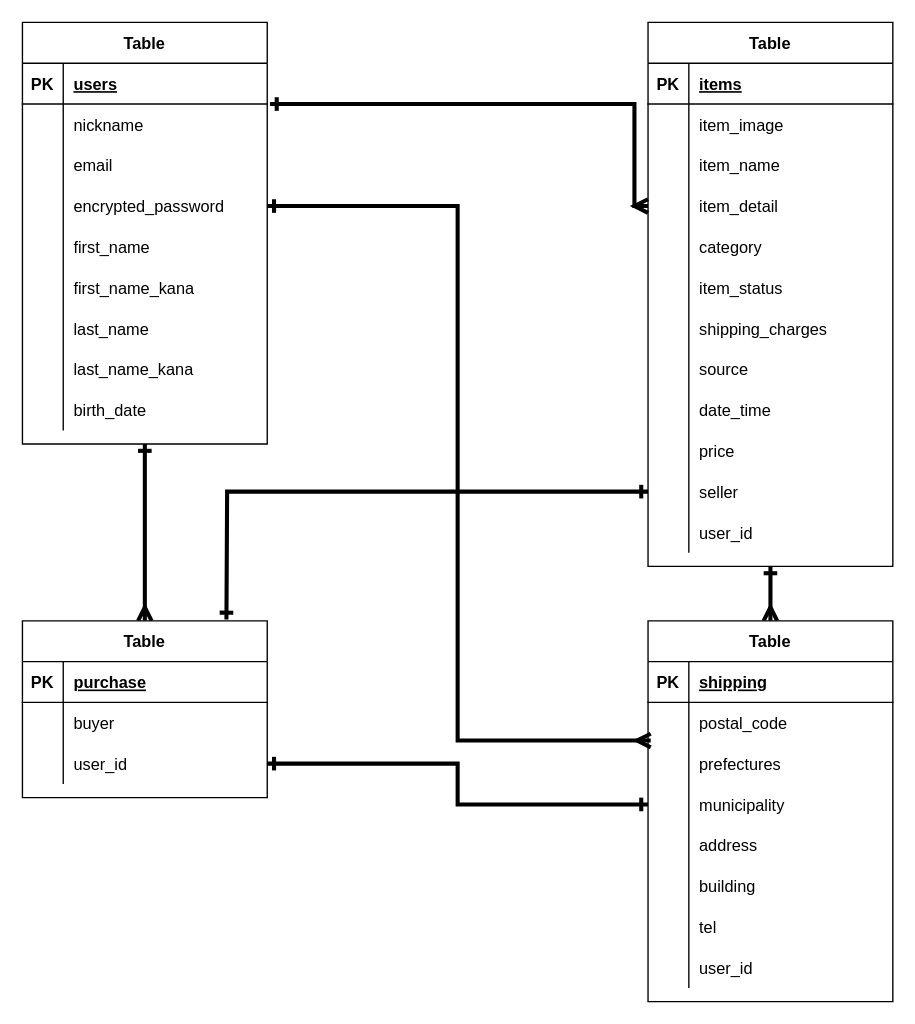
Before: furima.dio in kawara0329/furima-35969, a draw.io diagram. Source tidied: cells renumbered, new cells numbered last; positions are measured from the earlier drawing's top-left corner, leaving out a move shared by most shapes. Both pictures are drawn from the tidied source at 136%, with x=0, y=0 at pixel (22, 22).
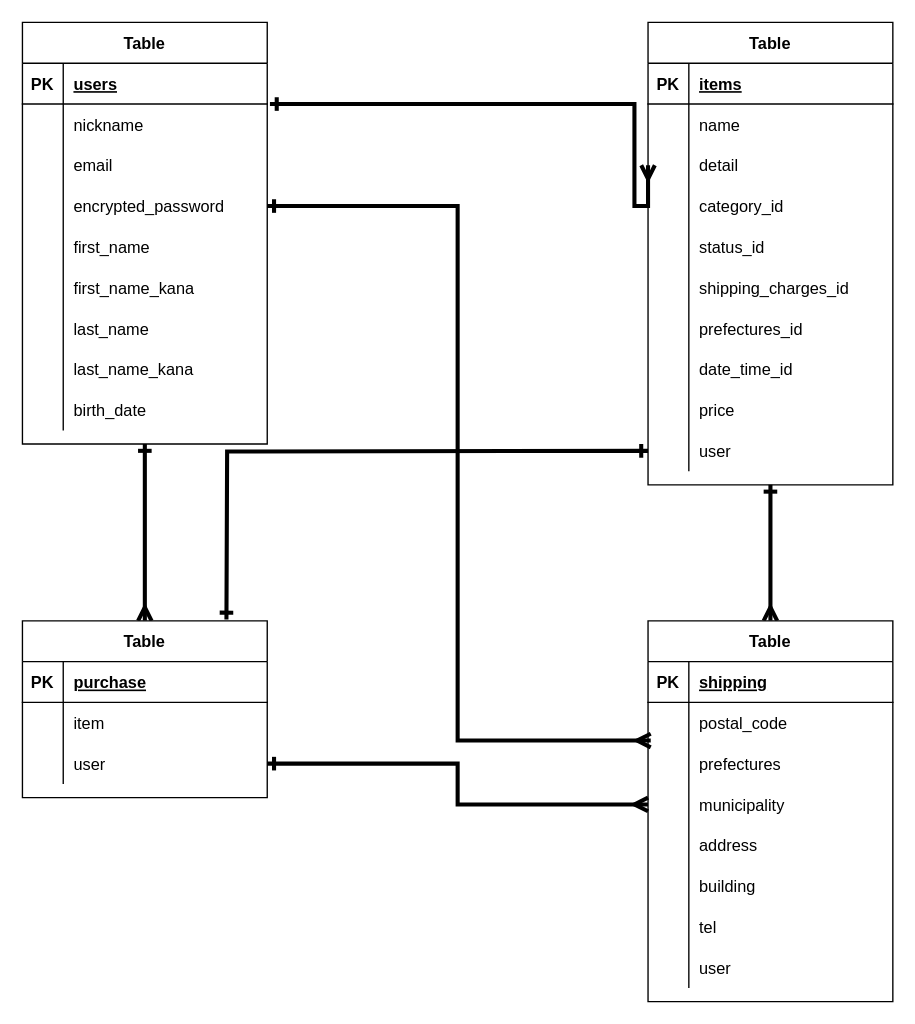
The same diagram, later.

Unchanged cells that the change refers to:
```xml
<mxCell id="74" style="shape=partialRectangle;fillColor=none;top=0;left=0;bottom=0;right=0;" parent="70" vertex="1">
  <mxGeometry y="60" width="180" height="30" as="geometry" />
</mxCell>
<mxCell id="77" style="shape=partialRectangle;fillColor=none;top=0;left=0;bottom=0;right=0;points=[[0,0.5],[1,0.5]];portConstraint=eastwest;" parent="70" vertex="1">
  <mxGeometry y="90" width="180" height="30" as="geometry" />
</mxCell>
<mxCell id="90" style="shape=partialRectangle;fillColor=none;top=0;left=0;bottom=0;right=0;points=[[0,0.5],[1,0.5]];portConstraint=eastwest;" parent="80" vertex="1">
  <mxGeometry y="120" width="180" height="30" as="geometry" />
</mxCell>
<mxCell id="102" style="shape=partialRectangle;fillColor=none;top=0;left=0;bottom=0;right=0;" parent="80" vertex="1">
  <mxGeometry y="240" width="180" height="30" as="geometry" />
</mxCell>
```

What changed in the source:
```diff
@@
     <mxCell id="33" value="Table" style="shape=table;startSize=30;childLayout=tableLayout;rowLines=0;fontStyle=1;align=center;strokeColor=#000000;" parent="1" vertex="1">
-      <mxGeometry x="460" width="180" height="400" as="geometry" />
+      <mxGeometry x="460" width="180" height="340" as="geometry" />
     </mxCell>
@@
-    <mxCell id="37" style="shape=partialRectangle;fillColor=none;top=0;left=0;bottom=0;right=0;" parent="33" vertex="1">
-      <mxGeometry y="60" width="180" height="30" as="geometry" />
-    </mxCell>
-    <mxCell id="38" style="shape=partialRectangle;fillColor=none;top=0;left=0;bottom=0;right=0;overflow=hidden;" parent="37" vertex="1">
-      <mxGeometry width="30" height="30" as="geometry" />
-    </mxCell>
-    <mxCell id="39" value="item_image" style="shape=partialRectangle;fillColor=none;top=0;left=0;bottom=0;right=0;align=left;spacingLeft=6;overflow=hidden;" parent="37" vertex="1">
-      <mxGeometry x="30" width="150" height="30" as="geometry" />
-    </mxCell>
     <mxCell id="40" style="shape=partialRectangle;fillColor=none;top=0;left=0;bottom=0;right=0;" parent="33" vertex="1">
-      <mxGeometry y="90" width="180" height="30" as="geometry" />
+      <mxGeometry y="60" width="180" height="30" as="geometry" />
     </mxCell>
@@
-    <mxCell id="42" value="item_name" style="shape=partialRectangle;fillColor=none;top=0;left=0;bottom=0;right=0;align=left;spacingLeft=6;overflow=hidden;" parent="40" vertex="1">
+    <mxCell id="42" value="name" style="shape=partialRectangle;fillColor=none;top=0;left=0;bottom=0;right=0;align=left;spacingLeft=6;overflow=hidden;" parent="40" vertex="1">
       <mxGeometry x="30" width="150" height="30" as="geometry" />
     </mxCell>
     <mxCell id="43" style="shape=partialRectangle;fillColor=none;top=0;left=0;bottom=0;right=0;points=[[0,0.5],[1,0.5]];portConstraint=eastwest;" parent="33" vertex="1">
-      <mxGeometry y="120" width="180" height="30" as="geometry" />
+      <mxGeometry y="90" width="180" height="30" as="geometry" />
     </mxCell>
@@
-    <mxCell id="45" value="item_detail" style="shape=partialRectangle;fillColor=none;top=0;left=0;bottom=0;right=0;align=left;spacingLeft=6;overflow=hidden;" parent="43" vertex="1">
+    <mxCell id="45" value="detail" style="shape=partialRectangle;fillColor=none;top=0;left=0;bottom=0;right=0;align=left;spacingLeft=6;overflow=hidden;" parent="43" vertex="1">
       <mxGeometry x="30" width="150" height="30" as="geometry" />
     </mxCell>
     <mxCell id="46" style="shape=partialRectangle;fillColor=none;top=0;left=0;bottom=0;right=0;" parent="33" vertex="1">
-      <mxGeometry y="150" width="180" height="30" as="geometry" />
+      <mxGeometry y="120" width="180" height="30" as="geometry" />
     </mxCell>
@@
-    <mxCell id="48" value="category" style="shape=partialRectangle;fillColor=none;top=0;left=0;bottom=0;right=0;align=left;spacingLeft=6;overflow=hidden;" parent="46" vertex="1">
+    <mxCell id="48" value="category_id" style="shape=partialRectangle;fillColor=none;top=0;left=0;bottom=0;right=0;align=left;spacingLeft=6;overflow=hidden;" parent="46" vertex="1">
       <mxGeometry x="30" width="150" height="30" as="geometry" />
     </mxCell>
     <mxCell id="49" style="shape=partialRectangle;fillColor=none;top=0;left=0;bottom=0;right=0;" parent="33" vertex="1">
-      <mxGeometry y="180" width="180" height="30" as="geometry" />
+      <mxGeometry y="150" width="180" height="30" as="geometry" />
     </mxCell>
@@
-    <mxCell id="51" value="item_status" style="shape=partialRectangle;fillColor=none;top=0;left=0;bottom=0;right=0;align=left;spacingLeft=6;overflow=hidden;" parent="49" vertex="1">
+    <mxCell id="51" value="status_id" style="shape=partialRectangle;fillColor=none;top=0;left=0;bottom=0;right=0;align=left;spacingLeft=6;overflow=hidden;" parent="49" vertex="1">
       <mxGeometry x="30" width="150" height="30" as="geometry" />
     </mxCell>
     <mxCell id="52" style="shape=partialRectangle;fillColor=none;top=0;left=0;bottom=0;right=0;" parent="33" vertex="1">
-      <mxGeometry y="210" width="180" height="30" as="geometry" />
+      <mxGeometry y="180" width="180" height="30" as="geometry" />
     </mxCell>
@@
-    <mxCell id="54" value="shipping_charges" style="shape=partialRectangle;fillColor=none;top=0;left=0;bottom=0;right=0;align=left;spacingLeft=6;overflow=hidden;" parent="52" vertex="1">
+    <mxCell id="54" value="shipping_charges_id" style="shape=partialRectangle;fillColor=none;top=0;left=0;bottom=0;right=0;align=left;spacingLeft=6;overflow=hidden;" parent="52" vertex="1">
       <mxGeometry x="30" width="150" height="30" as="geometry" />
     </mxCell>
     <mxCell id="55" style="shape=partialRectangle;fillColor=none;top=0;left=0;bottom=0;right=0;" parent="33" vertex="1">
-      <mxGeometry y="240" width="180" height="30" as="geometry" />
+      <mxGeometry y="210" width="180" height="30" as="geometry" />
     </mxCell>
@@
-    <mxCell id="57" value="source" style="shape=partialRectangle;fillColor=none;top=0;left=0;bottom=0;right=0;align=left;spacingLeft=6;overflow=hidden;" parent="55" vertex="1">
+    <mxCell id="57" value="prefectures_id" style="shape=partialRectangle;fillColor=none;top=0;left=0;bottom=0;right=0;align=left;spacingLeft=6;overflow=hidden;" parent="55" vertex="1">
       <mxGeometry x="30" width="150" height="30" as="geometry" />
     </mxCell>
     <mxCell id="58" style="shape=partialRectangle;fillColor=none;top=0;left=0;bottom=0;right=0;" parent="33" vertex="1">
-      <mxGeometry y="270" width="180" height="30" as="geometry" />
+      <mxGeometry y="240" width="180" height="30" as="geometry" />
     </mxCell>
@@
-    <mxCell id="60" value="date_time" style="shape=partialRectangle;fillColor=none;top=0;left=0;bottom=0;right=0;align=left;spacingLeft=6;overflow=hidden;" parent="58" vertex="1">
+    <mxCell id="60" value="date_time_id" style="shape=partialRectangle;fillColor=none;top=0;left=0;bottom=0;right=0;align=left;spacingLeft=6;overflow=hidden;" parent="58" vertex="1">
       <mxGeometry x="30" width="150" height="30" as="geometry" />
     </mxCell>
     <mxCell id="61" style="shape=partialRectangle;fillColor=none;top=0;left=0;bottom=0;right=0;" parent="33" vertex="1">
-      <mxGeometry y="300" width="180" height="30" as="geometry" />
+      <mxGeometry y="270" width="180" height="30" as="geometry" />
     </mxCell>
@@
-    <mxCell id="64" style="shape=partialRectangle;fillColor=none;top=0;left=0;bottom=0;right=0;points=[[0,0.5],[1,0.5]];portConstraint=eastwest;" parent="33" vertex="1">
-      <mxGeometry y="330" width="180" height="30" as="geometry" />
-    </mxCell>
-    <mxCell id="65" style="shape=partialRectangle;fillColor=none;top=0;left=0;bottom=0;right=0;overflow=hidden;" parent="64" vertex="1">
-      <mxGeometry width="30" height="30" as="geometry" />
-    </mxCell>
-    <mxCell id="66" value="seller" style="shape=partialRectangle;fillColor=none;top=0;left=0;bottom=0;right=0;align=left;spacingLeft=6;overflow=hidden;" parent="64" vertex="1">
-      <mxGeometry x="30" width="150" height="30" as="geometry" />
-    </mxCell>
     <mxCell id="67" style="shape=partialRectangle;fillColor=none;top=0;left=0;bottom=0;right=0;" parent="33" vertex="1">
-      <mxGeometry y="360" width="180" height="30" as="geometry" />
+      <mxGeometry y="300" width="180" height="30" as="geometry" />
     </mxCell>
@@
-    <mxCell id="69" value="user_id" style="shape=partialRectangle;fillColor=none;top=0;left=0;bottom=0;right=0;align=left;spacingLeft=6;overflow=hidden;" parent="67" vertex="1">
+    <mxCell id="69" value="user" style="shape=partialRectangle;fillColor=none;top=0;left=0;bottom=0;right=0;align=left;spacingLeft=6;overflow=hidden;" parent="67" vertex="1">
       <mxGeometry x="30" width="150" height="30" as="geometry" />
     </mxCell>
@@
-    <mxCell id="76" value="buyer" style="shape=partialRectangle;fillColor=none;top=0;left=0;bottom=0;right=0;align=left;spacingLeft=6;overflow=hidden;" parent="74" vertex="1">
+    <mxCell id="76" value="item" style="shape=partialRectangle;fillColor=none;top=0;left=0;bottom=0;right=0;align=left;spacingLeft=6;overflow=hidden;" parent="74" vertex="1">
       <mxGeometry x="30" width="150" height="30" as="geometry" />
     </mxCell>
@@
-    <mxCell id="79" value="user_id" style="shape=partialRectangle;fillColor=none;top=0;left=0;bottom=0;right=0;align=left;spacingLeft=6;overflow=hidden;" parent="77" vertex="1">
+    <mxCell id="79" value="user" style="shape=partialRectangle;fillColor=none;top=0;left=0;bottom=0;right=0;align=left;spacingLeft=6;overflow=hidden;" parent="77" vertex="1">
       <mxGeometry x="30" width="150" height="30" as="geometry" />
     </mxCell>
@@
-    <mxCell id="104" value="user_id" style="shape=partialRectangle;fillColor=none;top=0;left=0;bottom=0;right=0;align=left;spacingLeft=6;overflow=hidden;" parent="102" vertex="1">
+    <mxCell id="104" value="user" style="shape=partialRectangle;fillColor=none;top=0;left=0;bottom=0;right=0;align=left;spacingLeft=6;overflow=hidden;" parent="102" vertex="1">
       <mxGeometry x="30" width="150" height="30" as="geometry" />
     </mxCell>
@@
-    <mxCell id="106" style="edgeStyle=orthogonalEdgeStyle;rounded=0;jettySize=auto;html=1;startArrow=ERone;startFill=0;endArrow=ERone;endFill=0;sourcePerimeterSpacing=10;targetPerimeterSpacing=10;strokeColor=#000000;strokeWidth=3;exitX=0;exitY=0.5;exitDx=0;exitDy=0;" parent="1" edge="1" source="64">
+    <mxCell id="106" style="edgeStyle=orthogonalEdgeStyle;rounded=0;orthogonalLoop=1;jettySize=auto;html=1;startArrow=ERone;startFill=0;endArrow=ERone;endFill=0;sourcePerimeterSpacing=10;targetPerimeterSpacing=10;strokeColor=#000000;strokeWidth=3;exitX=0;exitY=0.5;exitDx=0;exitDy=0;" parent="1" edge="1">
       <mxGeometry relative="1" as="geometry">
+        <mxPoint x="460" y="315" as="sourcePoint" />
         <mxPoint x="150" y="439" as="targetPoint" />
       </mxGeometry>
     </mxCell>
-    <mxCell id="107" style="edgeStyle=orthogonalEdgeStyle;rounded=0;jettySize=auto;html=1;exitX=0;exitY=0.5;exitDx=0;exitDy=0;entryX=1;entryY=0.5;entryDx=0;entryDy=0;startArrow=ERone;startFill=0;endArrow=ERone;endFill=0;sourcePerimeterSpacing=10;targetPerimeterSpacing=10;strokeColor=#000000;strokeWidth=3;" parent="1" edge="1" source="90" target="77">
+    <mxCell id="107" style="edgeStyle=orthogonalEdgeStyle;rounded=0;jettySize=auto;html=1;exitX=0;exitY=0.5;exitDx=0;exitDy=0;entryX=1;entryY=0.5;entryDx=0;entryDy=0;startArrow=ERmany;startFill=0;endArrow=ERone;endFill=0;sourcePerimeterSpacing=10;targetPerimeterSpacing=10;strokeColor=#000000;strokeWidth=3;" parent="1" edge="1" source="90" target="77">
       <mxGeometry relative="1" as="geometry" />
     </mxCell>
```
